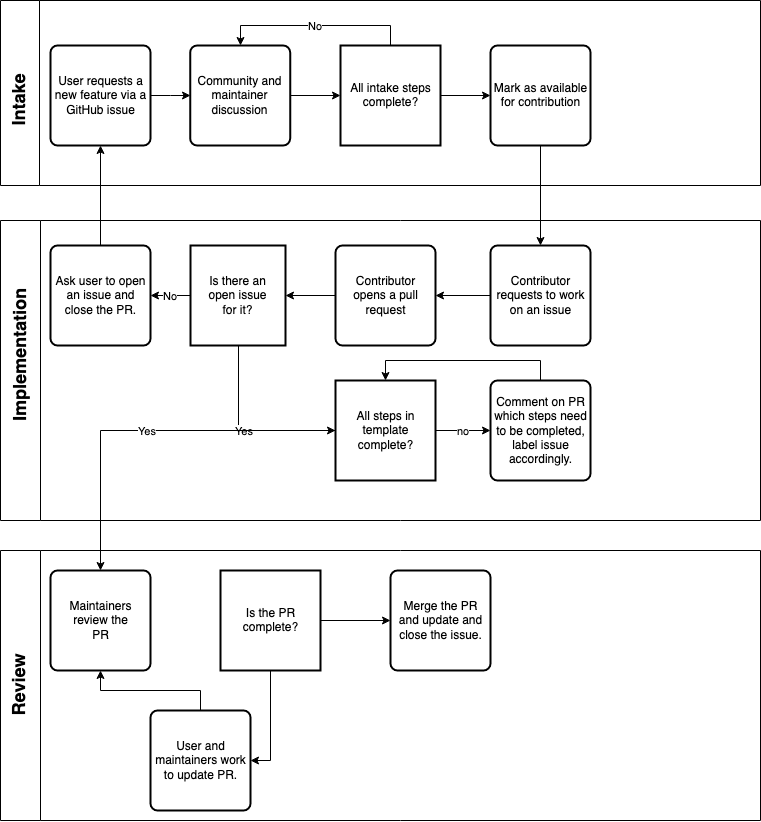
Above: proposals/contrib-guide-high-level.png in kdaily/aws-cli (draw.io), before the change. Source tidied: cells renumbered, new cells last; positions are measured from the earlier drawing's top-left corner, leaving out a move shared by most shapes.
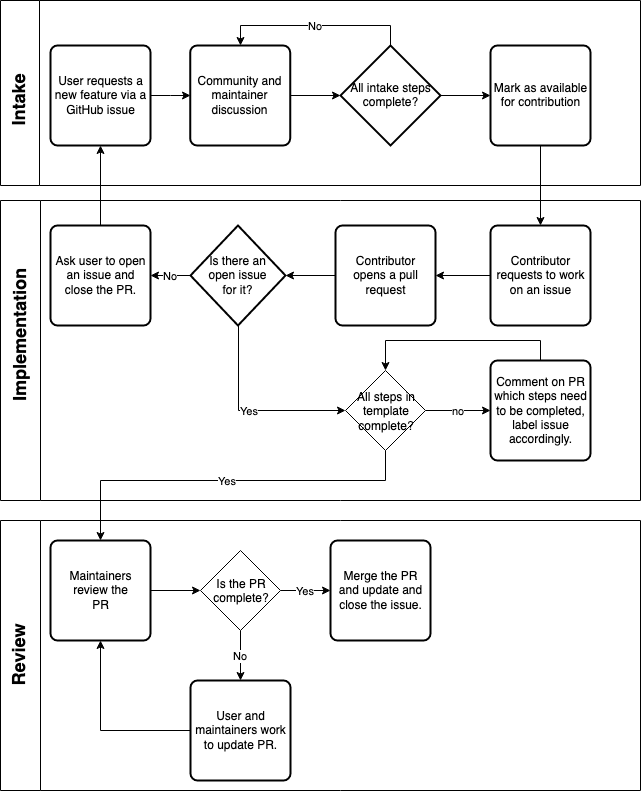
Later version of the same file.

Commit message:
add new version of figure, reorged arrows

What changed in the source:
```diff
@@ -8,7 +8,7 @@
       </mxGeometry>
     </mxCell>
     <mxCell id="3" style="swimlane;startSize=39;direction=north;" parent="1" vertex="1">
-      <mxGeometry width="760" height="185" as="geometry" />
+      <mxGeometry width="640" height="185" as="geometry" />
     </mxCell>
     <mxCell id="4" value="&lt;font style=&quot;font-size: 18px&quot;&gt;&lt;b&gt;Intake&lt;/b&gt;&lt;/font&gt;" style="text;html=1;strokeColor=none;fillColor=none;align=center;verticalAlign=middle;whiteSpace=wrap;rounded=0;rotation=-90;" parent="3" vertex="1">
       <mxGeometry y="90" width="40" height="20" as="geometry" />
@@ -38,12 +38,12 @@
       <mxGeometry x="490" y="45" width="100" height="100" as="geometry" />
     </mxCell>
     <mxCell id="13" style="swimlane;startSize=40;direction=north;" parent="1" vertex="1">
-      <mxGeometry y="220" width="760" height="300" as="geometry" />
+      <mxGeometry y="200" width="640" height="300" as="geometry" />
     </mxCell>
     <mxCell id="14" value="&lt;font style=&quot;font-size: 18px&quot;&gt;&lt;b&gt;Implementation&lt;/b&gt;&lt;/font&gt;" style="text;html=1;strokeColor=none;fillColor=none;align=center;verticalAlign=middle;whiteSpace=wrap;rounded=0;rotation=-90;" parent="13" vertex="1">
       <mxGeometry y="125" width="40" height="20" as="geometry" />
     </mxCell>
-    <mxCell id="15" value="&lt;div&gt;Yes&lt;/div&gt;" style="edgeStyle=orthogonalEdgeStyle;rounded=0;jettySize=auto;html=1;entryX=0;entryY=0.5;entryDx=0;entryDy=0;entryPerimeter=0;exitX=0.5;exitY=1;exitDx=0;exitDy=0;exitPerimeter=0;" parent="13" edge="1" source="16" target="21">
+    <mxCell id="15" value="&lt;div&gt;Yes&lt;/div&gt;" style="edgeStyle=orthogonalEdgeStyle;rounded=0;jettySize=auto;html=1;entryX=0;entryY=0.5;entryDx=0;entryDy=0;exitX=0.5;exitY=1;exitDx=0;exitDy=0;exitPerimeter=0;" parent="13" edge="1" source="16" target="21">
       <mxGeometry relative="1" as="geometry" />
     </mxCell>
     <mxCell id="16" value="&lt;div&gt;Is there an&lt;/div&gt;&lt;div&gt;open issue&lt;/div&gt;&lt;div&gt;for it?&lt;/div&gt;" style="strokeWidth=2;html=1;shape=mxgraph.flowchart.decision;whiteSpace=wrap;" parent="13" vertex="1">
@@ -61,16 +61,13 @@
     <mxCell id="20" value="Contributor opens a pull request" style="rounded=1;whiteSpace=wrap;html=1;absoluteArcSize=1;arcSize=14;strokeWidth=2;" parent="13" vertex="1">
       <mxGeometry x="335" y="25" width="100" height="100" as="geometry" />
     </mxCell>
-    <mxCell id="21" value="All steps in template complete?" style="strokeWidth=2;html=1;shape=mxgraph.flowchart.decision;whiteSpace=wrap;" parent="13" vertex="1">
-      <mxGeometry x="335" y="160" width="100" height="100" as="geometry" />
-    </mxCell>
-    <mxCell id="22" style="edgeStyle=orthogonalEdgeStyle;rounded=0;jettySize=auto;html=1;exitX=0.5;exitY=0;exitDx=0;exitDy=0;entryX=0.5;entryY=0;entryDx=0;entryDy=0;entryPerimeter=0;" parent="13" edge="1" source="23" target="21">
+    <mxCell id="22" style="edgeStyle=orthogonalEdgeStyle;rounded=0;jettySize=auto;html=1;exitX=0.5;exitY=0;exitDx=0;exitDy=0;entryX=0.5;entryY=0;entryDx=0;entryDy=0;" parent="13" edge="1" source="23" target="21">
       <mxGeometry relative="1" as="geometry" />
     </mxCell>
     <mxCell id="23" value="Comment on PR which steps need to be completed, label issue accordingly." style="rounded=1;whiteSpace=wrap;html=1;absoluteArcSize=1;arcSize=14;strokeWidth=2;" parent="13" vertex="1">
       <mxGeometry x="490" y="160" width="100" height="100" as="geometry" />
     </mxCell>
-    <mxCell id="24" value="no" style="edgeStyle=orthogonalEdgeStyle;rounded=0;jettySize=auto;html=1;entryX=0;entryY=0.5;entryDx=0;entryDy=0;" parent="13" edge="1" source="21" target="23">
+    <mxCell id="24" value="no" style="edgeStyle=orthogonalEdgeStyle;rounded=0;jettySize=auto;html=1;entryX=0;entryY=0.5;entryDx=0;entryDy=0;exitX=1;exitY=0.5;exitDx=0;exitDy=0;" parent="13" edge="1" source="21" target="23">
       <mxGeometry relative="1" as="geometry" />
     </mxCell>
     <mxCell id="25" value="Ask user to open an issue and close the PR. " style="rounded=1;whiteSpace=wrap;html=1;absoluteArcSize=1;arcSize=14;strokeWidth=2;" parent="13" vertex="1">
@@ -79,41 +76,52 @@
     <mxCell id="26" value="No" style="edgeStyle=orthogonalEdgeStyle;rounded=0;jettySize=auto;html=1;exitX=0;exitY=0.5;exitDx=0;exitDy=0;exitPerimeter=0;entryX=1;entryY=0.5;entryDx=0;entryDy=0;" parent="13" edge="1" source="16" target="25">
       <mxGeometry relative="1" as="geometry" />
     </mxCell>
+    <mxCell id="21" value="All steps in template complete?" style="rhombus;whiteSpace=wrap;html=1;" parent="13" vertex="1">
+      <mxGeometry x="345" y="170" width="80" height="80" as="geometry" />
+    </mxCell>
     <mxCell id="27" style="swimlane;startSize=40;direction=north;" parent="1" vertex="1">
-      <mxGeometry y="550" width="760" height="270" as="geometry" />
+      <mxGeometry y="520" width="640" height="270" as="geometry" />
     </mxCell>
     <mxCell id="28" value="&lt;font style=&quot;font-size: 18px&quot;&gt;&lt;b&gt;Review&lt;/b&gt;&lt;/font&gt;" style="text;html=1;strokeColor=none;fillColor=none;align=center;verticalAlign=middle;whiteSpace=wrap;rounded=0;rotation=-90;" parent="27" vertex="1">
       <mxGeometry y="125" width="40" height="20" as="geometry" />
     </mxCell>
+    <mxCell id="39" style="edgeStyle=orthogonalEdgeStyle;rounded=0;jettySize=auto;html=1;entryX=0;entryY=0.5;entryDx=0;entryDy=0;" parent="27" edge="1" source="29" target="32">
+      <mxGeometry relative="1" as="geometry" />
+    </mxCell>
     <mxCell id="29" value="&lt;div&gt;Maintainers review the&lt;/div&gt;&lt;div&gt;PR&lt;br&gt;&lt;/div&gt;" style="rounded=1;whiteSpace=wrap;html=1;absoluteArcSize=1;arcSize=14;strokeWidth=2;" parent="27" vertex="1">
       <mxGeometry x="50" y="20" width="100" height="100" as="geometry" />
     </mxCell>
-    <mxCell id="30" style="edgeStyle=orthogonalEdgeStyle;rounded=0;jettySize=auto;html=1;entryX=1;entryY=0.5;entryDx=0;entryDy=0;" parent="27" edge="1" source="32" target="34">
-      <mxGeometry relative="1" as="geometry" />
-    </mxCell>
-    <mxCell id="31" style="edgeStyle=orthogonalEdgeStyle;rounded=0;jettySize=auto;html=1;entryX=0;entryY=0.5;entryDx=0;entryDy=0;" parent="27" edge="1" source="32" target="35">
+    <mxCell id="31" value="Yes" style="edgeStyle=orthogonalEdgeStyle;rounded=0;jettySize=auto;html=1;entryX=0;entryY=0.5;entryDx=0;entryDy=0;exitX=1;exitY=0.5;exitDx=0;exitDy=0;" parent="27" edge="1" source="32" target="35">
       <mxGeometry relative="1" as="geometry" />
     </mxCell>
-    <mxCell id="32" value="Is the PR complete?" style="strokeWidth=2;html=1;shape=mxgraph.flowchart.decision;whiteSpace=wrap;" parent="27" vertex="1">
-      <mxGeometry x="220" y="20" width="100" height="100" as="geometry" />
-    </mxCell>
-    <mxCell id="33" style="edgeStyle=orthogonalEdgeStyle;rounded=0;jettySize=auto;html=1;entryX=0.5;entryY=1;entryDx=0;entryDy=0;" parent="27" edge="1" source="34" target="29">
+    <mxCell id="33" style="edgeStyle=orthogonalEdgeStyle;rounded=0;jettySize=auto;html=1;entryX=0.5;entryY=1;entryDx=0;entryDy=0;exitX=0;exitY=0.5;exitDx=0;exitDy=0;" parent="27" edge="1" source="34" target="29">
       <mxGeometry relative="1" as="geometry" />
     </mxCell>
     <mxCell id="34" value="User and maintainers work to update PR." style="rounded=1;whiteSpace=wrap;html=1;absoluteArcSize=1;arcSize=14;strokeWidth=2;" parent="27" vertex="1">
-      <mxGeometry x="150" y="160" width="100" height="100" as="geometry" />
+      <mxGeometry x="190" y="160" width="100" height="100" as="geometry" />
     </mxCell>
     <mxCell id="35" value="Merge the PR and update and close the issue." style="rounded=1;whiteSpace=wrap;html=1;absoluteArcSize=1;arcSize=14;strokeWidth=2;" parent="27" vertex="1">
-      <mxGeometry x="390" y="20" width="100" height="100" as="geometry" />
+      <mxGeometry x="330" y="20" width="100" height="100" as="geometry" />
     </mxCell>
+    <mxCell id="30" value="No" style="edgeStyle=orthogonalEdgeStyle;rounded=0;jettySize=auto;html=1;entryX=0.5;entryY=0;entryDx=0;entryDy=0;" parent="27" edge="1" source="32" target="34">
+      <mxGeometry relative="1" as="geometry" />
+    </mxCell>
+    <mxCell id="32" value="Is the PR complete?" style="rhombus;whiteSpace=wrap;html=1;" parent="27" vertex="1">
+      <mxGeometry x="200" y="30" width="80" height="80" as="geometry" />
+    </mxCell>
     <mxCell id="36" style="edgeStyle=orthogonalEdgeStyle;rounded=0;jettySize=auto;html=1;exitX=0.5;exitY=0;exitDx=0;exitDy=0;entryX=0.5;entryY=1;entryDx=0;entryDy=0;" parent="1" edge="1" source="25" target="5">
       <mxGeometry relative="1" as="geometry" />
     </mxCell>
     <mxCell id="37" style="edgeStyle=orthogonalEdgeStyle;rounded=0;jettySize=auto;html=1;entryX=0.5;entryY=0;entryDx=0;entryDy=0;" parent="1" edge="1" source="12" target="18">
       <mxGeometry relative="1" as="geometry" />
     </mxCell>
-    <mxCell id="38" value="Yes" style="edgeStyle=orthogonalEdgeStyle;rounded=0;jettySize=auto;html=1;entryX=0.5;entryY=0;entryDx=0;entryDy=0;" parent="1" edge="1" source="21" target="29">
-      <mxGeometry relative="1" as="geometry" />
+    <mxCell id="38" value="Yes" style="edgeStyle=orthogonalEdgeStyle;rounded=0;jettySize=auto;html=1;entryX=0.5;entryY=0;entryDx=0;entryDy=0;exitX=0.5;exitY=1;exitDx=0;exitDy=0;" parent="1" edge="1" source="21" target="29">
+      <mxGeometry relative="1" as="geometry">
+        <Array as="points">
+          <mxPoint x="385" y="480" />
+          <mxPoint x="100" y="480" />
+        </Array>
+      </mxGeometry>
     </mxCell>
   </root>
 </mxGraphModel>
```
